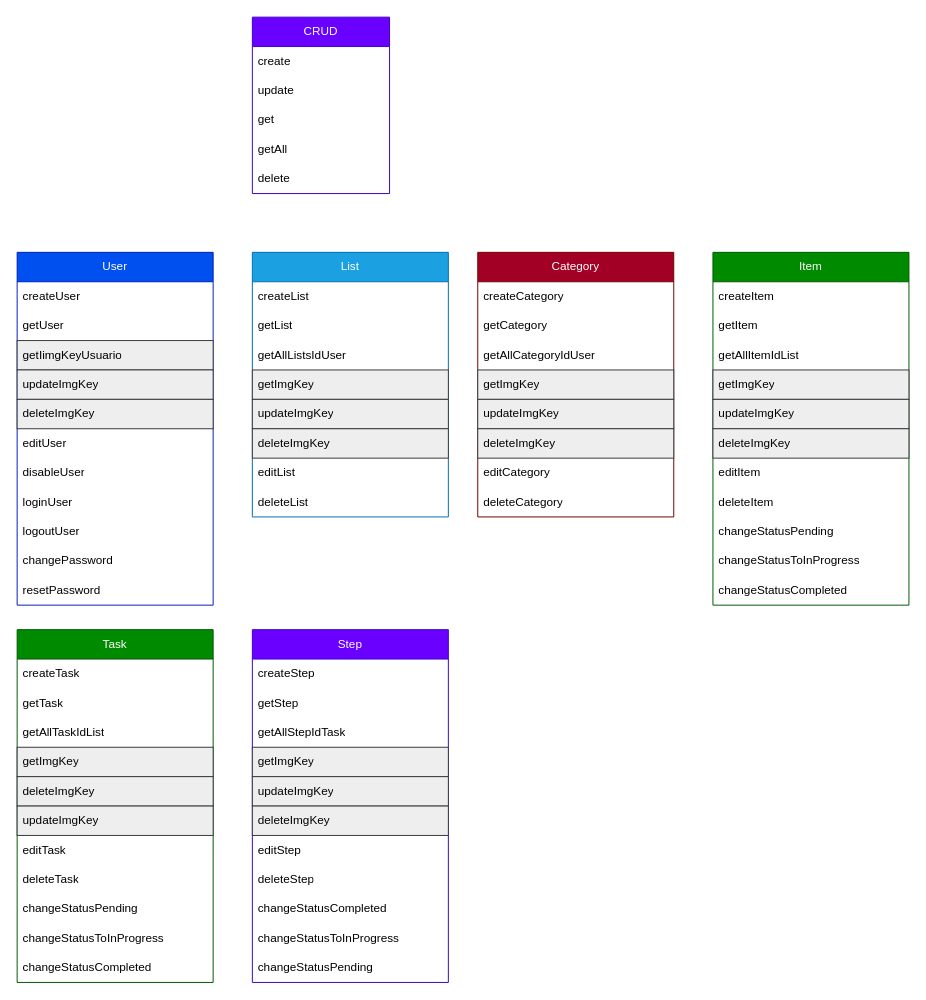
Before: page "Metodos" (3 of 4) of Lista.drawio in wakander-joan/Project-List, a draw.io diagram. Source tidied: cells renumbered, new cells numbered last; positions are measured from the earlier drawing's top-left corner, leaving out a move shared by most shapes. Both pictures are drawn from the tidied source at 98%, with x=0, y=0 at pixel (17, 17).
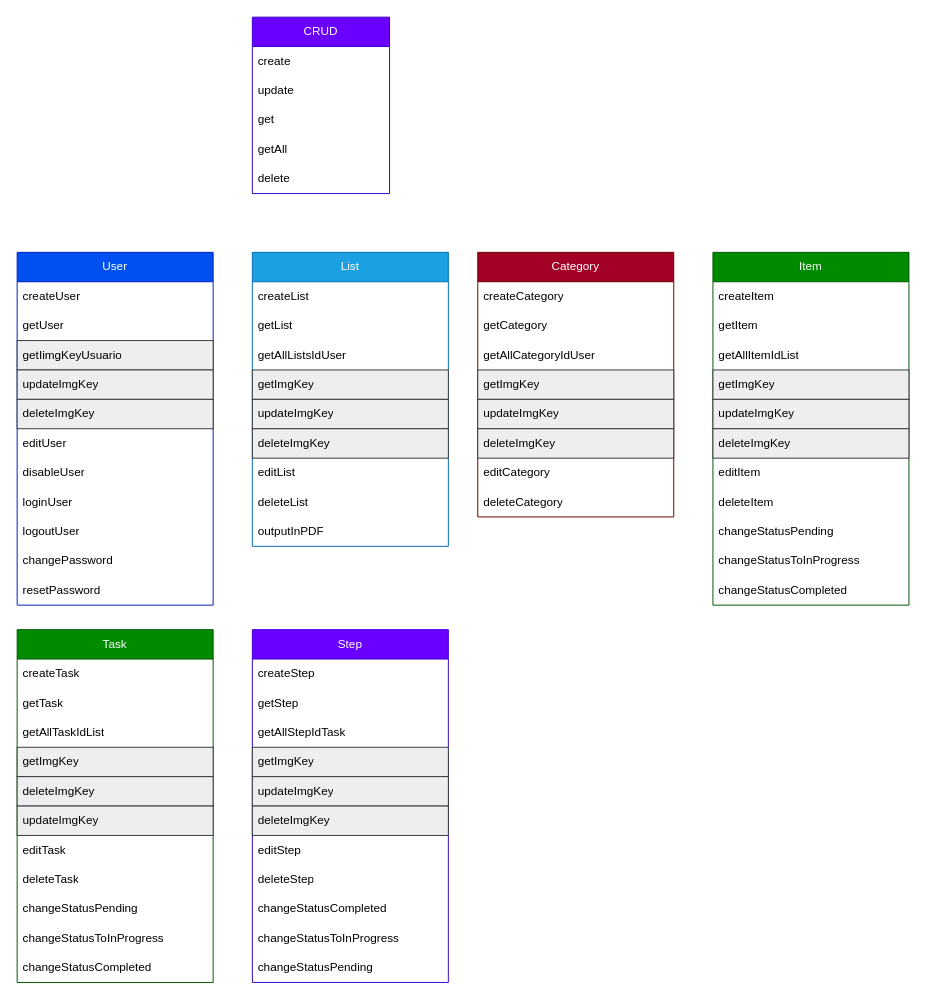
The same diagram, later.

Change to the diagram source:
```diff
@@
     <mxCell id="14" value="List" style="swimlane;fontStyle=0;horizontal=1;startSize=30;whiteSpace=wrap;html=1;fillColor=#1ba1e2;strokeColor=#006EAF;fontColor=#ffffff;" parent="1" vertex="1">
-      <mxGeometry x="240" y="240" width="200" height="270" as="geometry" />
+      <mxGeometry x="240" y="240" width="200" height="300" as="geometry" />
     </mxCell>
@@
+    <mxCell id="74" value="outputInPDF" style="text;strokeColor=none;fillColor=none;align=left;verticalAlign=middle;spacingLeft=4;spacingRight=4;overflow=hidden;whiteSpace=wrap;html=1;" parent="14" vertex="1">
+      <mxGeometry y="270" width="200" height="30" as="geometry" />
+    </mxCell>
```
